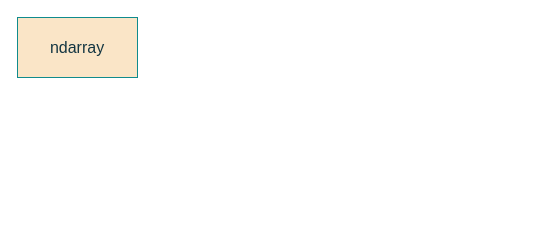
Before: 项目实践.drawio in includexhg/include.github.io, a draw.io diagram. Source tidied: cells renumbered, new cells numbered last; positions are measured from the earlier drawing's top-left corner, leaving out a move shared by most shapes. Both pictures are drawn from the tidied source at 100%, with x=0, y=0 at pixel (17, 17).
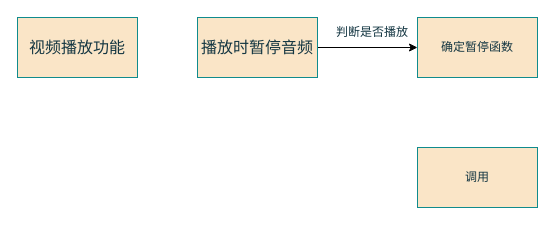
After the change.

Commit message (it also covers changes not shown here):
更新项目实践.drawio

Diff of the diagram source:
```diff
@@
 <mxGraphModel>
   <root>
     <mxCell id="0" />
     <mxCell id="1" parent="0" />
-    <mxCell id="2" value="&lt;font style=&quot;font-size: 16px;&quot;&gt;ndarray&lt;/font&gt;" style="whiteSpace=wrap;html=1;strokeColor=#0F8B8D;fontColor=#143642;fillColor=#FAE5C7;" parent="1" vertex="1">
+    <mxCell id="2" value="&lt;span style=&quot;font-size: 16px;&quot;&gt;视频播放功能&lt;/span&gt;" style="whiteSpace=wrap;html=1;strokeColor=#0F8B8D;fontColor=#143642;fillColor=#FAE5C7;" parent="1" vertex="1">
       <mxGeometry width="120" height="60" as="geometry" />
     </mxCell>
+    <mxCell id="3" style="edgeStyle=orthogonalEdgeStyle;rounded=0;jettySize=auto;html=1;fontFamily=Helvetica;fontSize=12;fontColor=#143642;" parent="1" edge="1" source="4" target="5">
+      <mxGeometry relative="1" as="geometry" />
+    </mxCell>
+    <mxCell id="4" value="&lt;span style=&quot;font-size: 16px;&quot;&gt;播放时暂停音频&lt;/span&gt;" style="whiteSpace=wrap;html=1;strokeColor=#0F8B8D;fontColor=#143642;fillColor=#FAE5C7;" parent="1" vertex="1">
+      <mxGeometry x="180" width="120" height="60" as="geometry" />
+    </mxCell>
+    <mxCell id="5" value="确定暂停函数" style="whiteSpace=wrap;html=1;strokeColor=#0F8B8D;fontFamily=Helvetica;fontSize=12;fontColor=#143642;fillColor=#FAE5C7;" parent="1" vertex="1">
+      <mxGeometry x="400" width="120" height="60" as="geometry" />
+    </mxCell>
+    <mxCell id="6" value="调用" style="whiteSpace=wrap;html=1;strokeColor=#0F8B8D;fontFamily=Helvetica;fontSize=12;fontColor=#143642;fillColor=#FAE5C7;" parent="1" vertex="1">
+      <mxGeometry x="400" y="130" width="120" height="60" as="geometry" />
+    </mxCell>
+    <mxCell id="7" value="判断是否播放" style="text;strokeColor=none;align=center;fillColor=none;html=1;verticalAlign=middle;whiteSpace=wrap;rounded=0;fontSize=12;fontFamily=Helvetica;fontColor=#143642;" parent="1" vertex="1">
+      <mxGeometry x="310" width="90" height="30" as="geometry" />
+    </mxCell>
   </root>
 </mxGraphModel>
```
